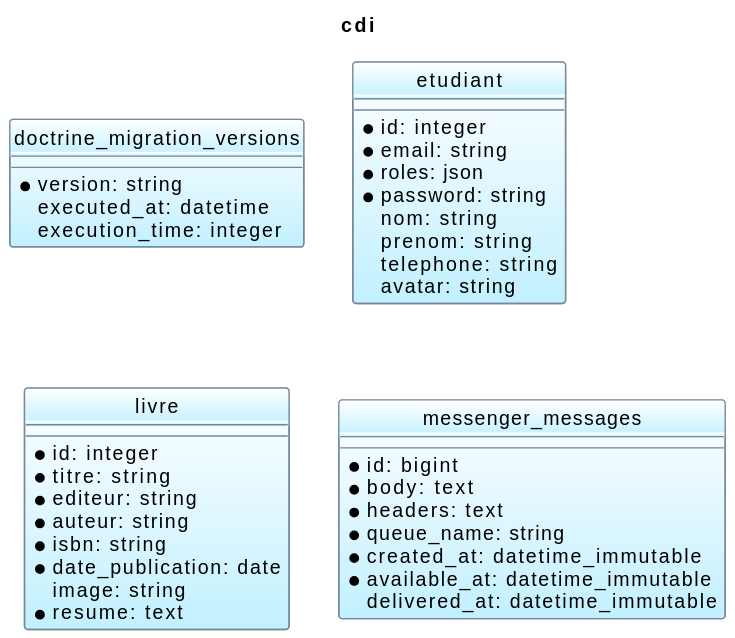
The PlantUML diagram public/database.svg in formeka/sfcdi, before a commit.
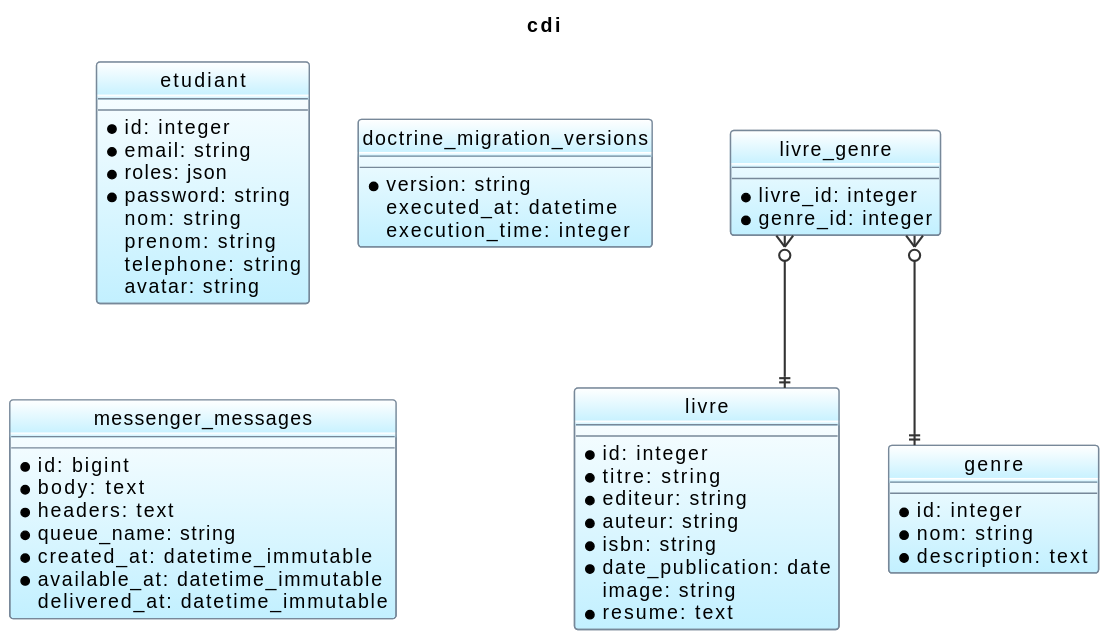
The same file after the commit.

Commit message:
Ajout d'un diagram

The edit, as a diff of the source:
```diff
@@ -13,12 +13,6 @@
 skinparam PackageBorderColor #eee
 skinparam PackageFontStyle normal
 title cdi
-entity doctrine_migration_versions {
---
-* version: string
- executed_at: datetime
- execution_time: integer
-}
 entity etudiant {
 --
 * id: integer
@@ -29,6 +23,17 @@
  prenom: string
  telephone: string
  avatar: string
+}
+entity livre_genre {
+--
+* livre_id: integer
+* genre_id: integer
+}
+entity doctrine_migration_versions {
+--
+* version: string
+ executed_at: datetime
+ execution_time: integer
 }
 entity livre {
 --
@@ -51,4 +56,12 @@
 * available_at: datetime_immutable
  delivered_at: datetime_immutable
 }
+entity genre {
+--
+* id: integer
+* nom: string
+* description: text
+}
+livre_genre }o--|| livre
+livre_genre }o--|| genre
 @enduml
```
